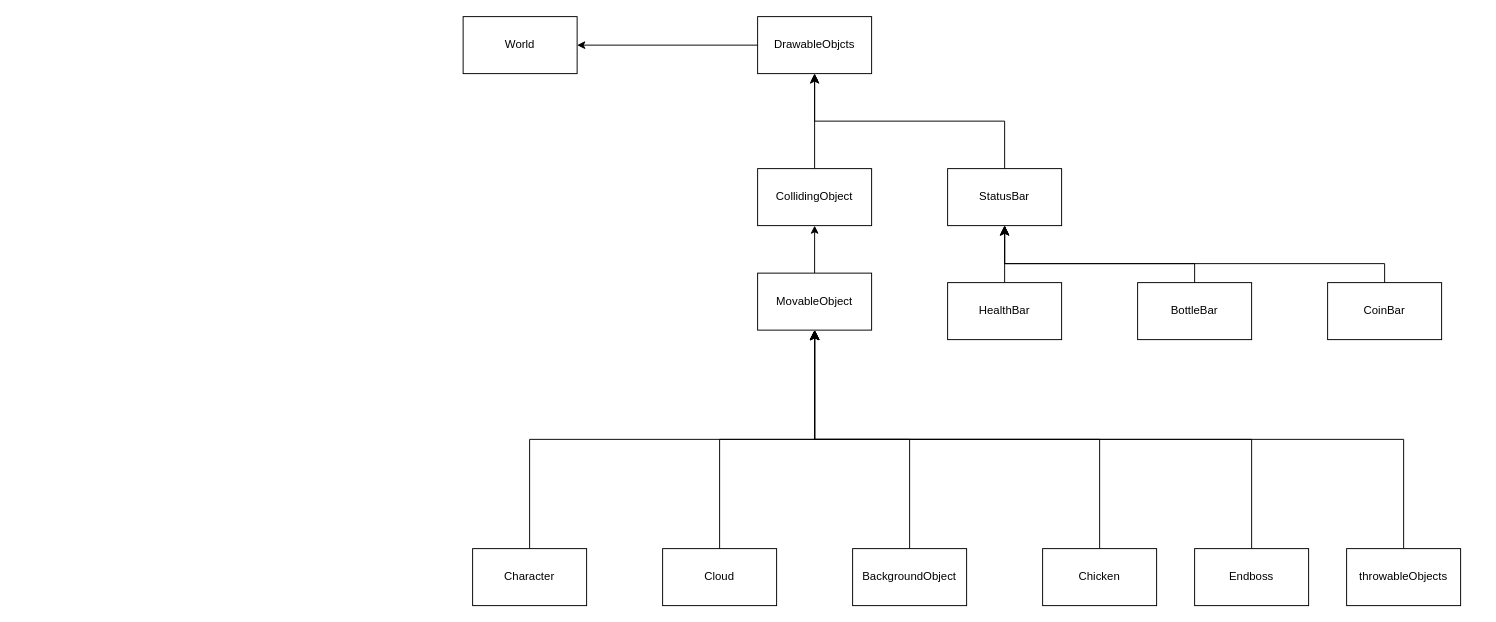
Philipp-Loetzsch/el_pollo-loco keeps this draw.io diagram as structur.drawio. Above is the earlier version. Source tidied: cells renumbered, new cells numbered last; positions are measured from the earlier drawing's top-left corner, leaving out a move shared by most shapes. Both pictures are drawn from the tidied source at 95%, with x=0, y=0 at pixel (463, 16).
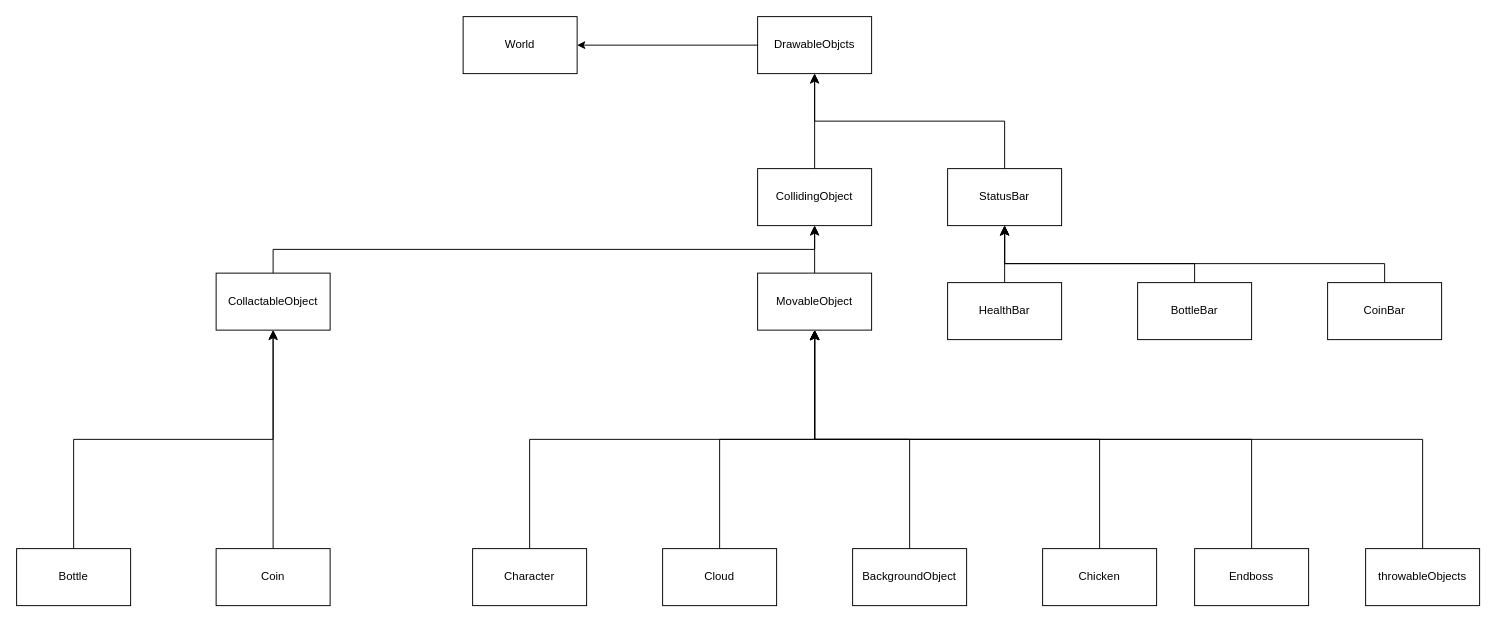
Above is the later version.

The change refers to these unchanged cells:
```xml
<mxCell id="6" value="MovableObject" style="rounded=0;whiteSpace=wrap;html=1;" parent="1" vertex="1">
  <mxGeometry x="310" y="270" width="120" height="60" as="geometry" />
</mxCell>
<mxCell id="20" value="CollidingObject" style="rounded=0;whiteSpace=wrap;html=1;" parent="1" vertex="1">
  <mxGeometry x="310" y="160" width="120" height="60" as="geometry" />
</mxCell>
```

What changed in the source:
```diff
@@
     <mxCell id="17" value="throwableObjects" style="rounded=0;whiteSpace=wrap;html=1;" parent="1" vertex="1">
-      <mxGeometry x="930" y="560" width="120" height="60" as="geometry" />
+      <mxGeometry x="950" y="560" width="120" height="60" as="geometry" />
     </mxCell>
-    <mxCell id="18" style="edgeStyle=elbowEdgeStyle;elbow=vertical;endArrow=classic;html=1;curved=0;rounded=0;endSize=8;startSize=8;exitX=0.5;exitY=0;exitDx=0;exitDy=0;entryX=0.5;entryY=1;entryDx=0;entryDy=0;" parent="1" edge="1" source="17" target="6">
-      <mxGeometry relative="1" as="geometry" />
-    </mxCell>
@@
+    <mxCell id="29" value="CollactableObject" style="rounded=0;whiteSpace=wrap;html=1;" parent="1" vertex="1">
+      <mxGeometry x="-260" y="270" width="120" height="60" as="geometry" />
+    </mxCell>
+    <mxCell id="30" style="edgeStyle=elbowEdgeStyle;elbow=vertical;endArrow=classic;html=1;curved=0;rounded=0;endSize=8;startSize=8;exitX=0.5;exitY=0;exitDx=0;exitDy=0;entryX=0.5;entryY=1;entryDx=0;entryDy=0;" parent="1" edge="1" source="29" target="20">
+      <mxGeometry relative="1" as="geometry" />
+    </mxCell>
+    <mxCell id="31" value="Coin" style="rounded=0;whiteSpace=wrap;html=1;" parent="1" vertex="1">
+      <mxGeometry x="-260" y="560" width="120" height="60" as="geometry" />
+    </mxCell>
+    <mxCell id="32" value="Bottle" style="rounded=0;whiteSpace=wrap;html=1;" parent="1" vertex="1">
+      <mxGeometry x="-470" y="560" width="120" height="60" as="geometry" />
+    </mxCell>
+    <mxCell id="33" style="endArrow=classic;html=1;exitX=0.5;exitY=0;exitDx=0;exitDy=0;exitPerimeter=0;entryX=0.5;entryY=1;entryDx=0;entryDy=0;" parent="1" edge="1" source="31" target="29">
+      <mxGeometry relative="1" as="geometry">
+        <Array as="points">
+          <mxPoint x="-200" y="480" />
+        </Array>
+      </mxGeometry>
+    </mxCell>
+    <mxCell id="34" style="edgeStyle=elbowEdgeStyle;elbow=vertical;endArrow=classic;html=1;curved=0;rounded=0;endSize=8;startSize=8;exitX=0.5;exitY=0;exitDx=0;exitDy=0;entryX=0.5;entryY=1;entryDx=0;entryDy=0;" parent="1" edge="1" source="32" target="29">
+      <mxGeometry relative="1" as="geometry" />
+    </mxCell>
+    <mxCell id="18" style="edgeStyle=elbowEdgeStyle;elbow=vertical;endArrow=classic;html=1;curved=0;rounded=0;endSize=8;startSize=8;exitX=0.5;exitY=0;exitDx=0;exitDy=0;entryX=0.5;entryY=1;entryDx=0;entryDy=0;" parent="1" edge="1" source="17" target="6">
+      <mxGeometry relative="1" as="geometry" />
+    </mxCell>
```
